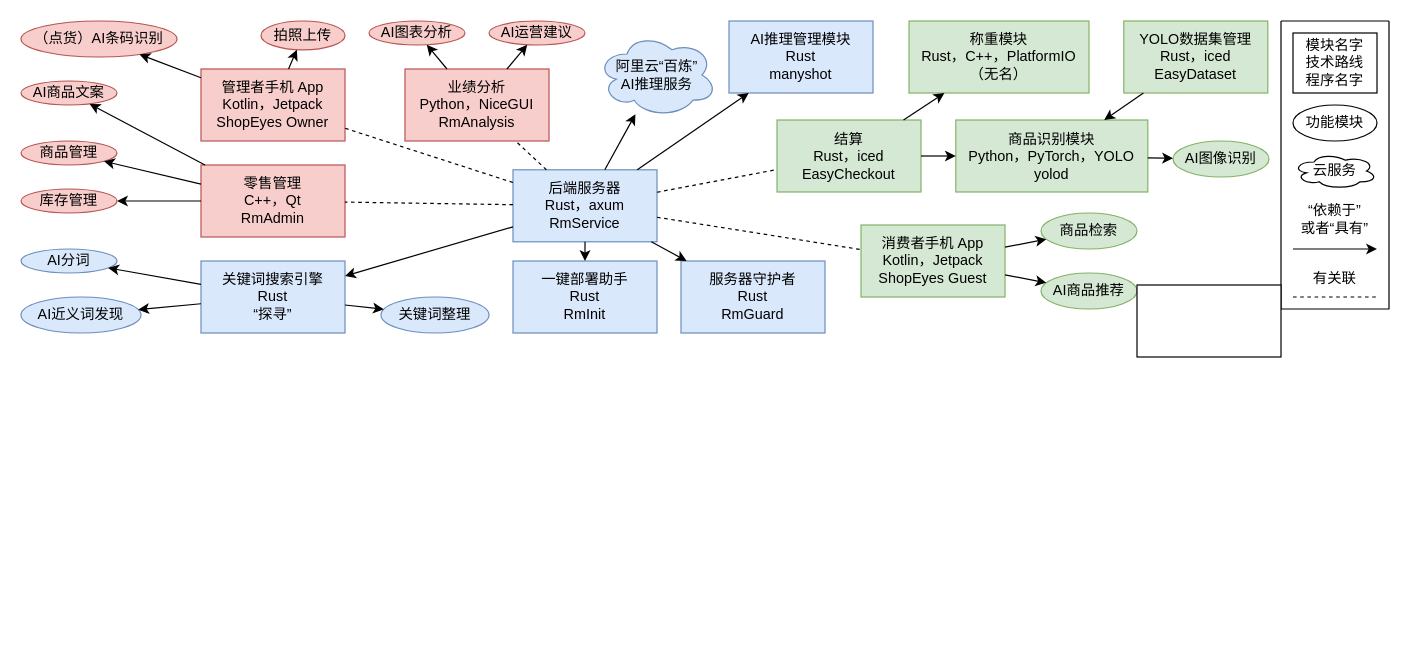
This is art/structure2.drawio from aurantiaco-sucus/dirms-paper, a draw.io file, before an edit. Source tidied: cells renumbered, new cells numbered last; positions are measured from the earlier drawing's top-left corner, leaving out a move shared by most shapes. Both pictures are drawn from the tidied source at 120%, with x=0, y=0 at pixel (20, 20).
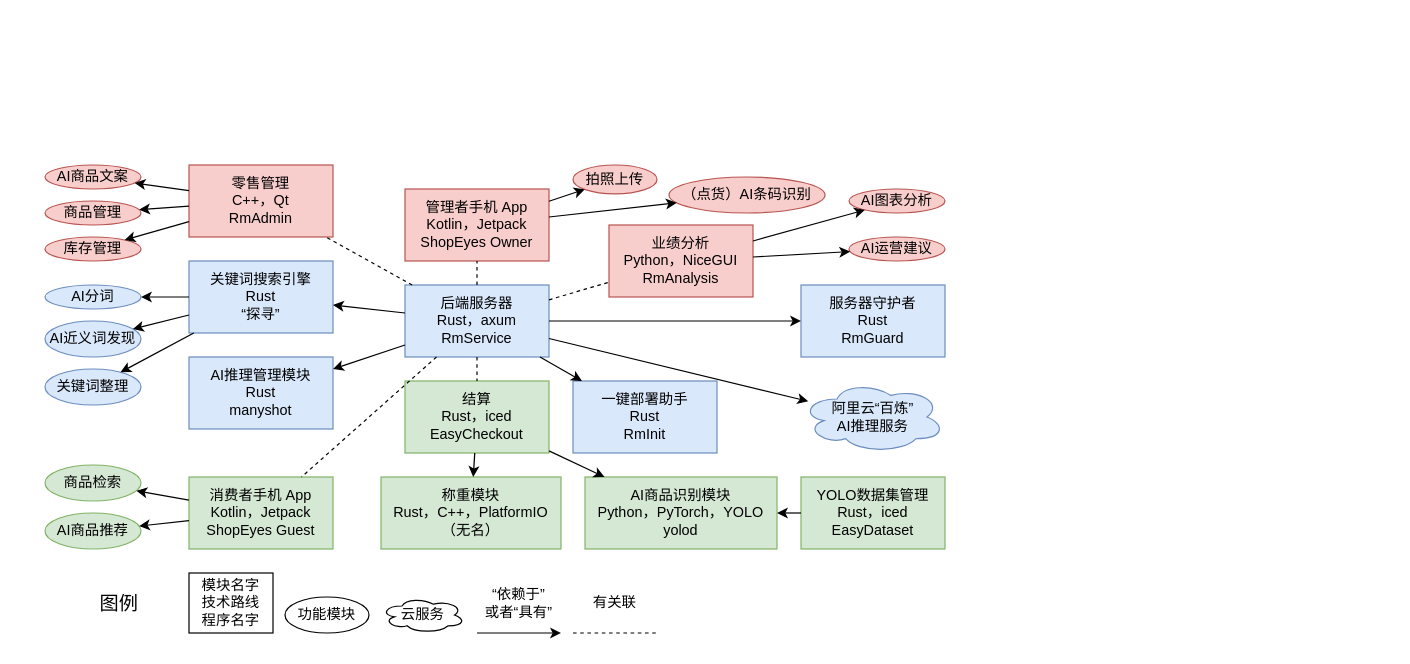
Above is the later version.

What changed in the source:
```diff
@@
     <mxCell id="2" value="后端服务器&lt;div&gt;Rust，axum&lt;div&gt;RmService&lt;/div&gt;&lt;/div&gt;" style="rounded=0;whiteSpace=wrap;html=1;fillColor=#dae8fc;strokeColor=#6c8ebf;" parent="1" vertex="1">
-      <mxGeometry x="410" y="124" width="120" height="60" as="geometry" />
+      <mxGeometry x="320" y="220" width="120" height="60" as="geometry" />
     </mxCell>
     <mxCell id="3" value="零售管理&lt;div&gt;C++，Qt&lt;/div&gt;&lt;div&gt;&lt;div&gt;RmAdmin&lt;/div&gt;&lt;/div&gt;" style="rounded=0;whiteSpace=wrap;html=1;fillColor=#f8cecc;strokeColor=#b85450;" parent="1" vertex="1">
-      <mxGeometry x="150" y="120" width="120" height="60" as="geometry" />
+      <mxGeometry x="140" y="120" width="120" height="60" as="geometry" />
     </mxCell>
     <mxCell id="4" value="业绩分析&lt;div&gt;Python，NiceGUI&lt;/div&gt;&lt;div&gt;RmAnalysis&lt;/div&gt;" style="rounded=0;whiteSpace=wrap;html=1;fillColor=#f8cecc;strokeColor=#b85450;" parent="1" vertex="1">
-      <mxGeometry x="320" y="40" width="120" height="60" as="geometry" />
+      <mxGeometry x="490" y="170" width="120" height="60" as="geometry" />
     </mxCell>
     <mxCell id="5" value="结算&lt;div&gt;Rust，iced&lt;/div&gt;&lt;div&gt;EasyCheckout&lt;/div&gt;" style="rounded=0;whiteSpace=wrap;html=1;fillColor=#d5e8d4;strokeColor=#82b366;" parent="1" vertex="1">
-      <mxGeometry x="630" y="82.5" width="120" height="60" as="geometry" />
+      <mxGeometry x="320" y="300" width="120" height="60" as="geometry" />
     </mxCell>
     <mxCell id="6" value="管理者手机 App&lt;div&gt;Kotlin，Jetpack&lt;/div&gt;&lt;div&gt;ShopEyes Owner&lt;/div&gt;" style="rounded=0;whiteSpace=wrap;html=1;fillColor=#f8cecc;strokeColor=#b85450;" parent="1" vertex="1">
-      <mxGeometry x="150" y="40" width="120" height="60" as="geometry" />
+      <mxGeometry x="320" y="140" width="120" height="60" as="geometry" />
     </mxCell>
     <mxCell id="7" value="关键词搜索引擎&lt;div&gt;Rust&lt;/div&gt;&lt;div&gt;“探寻”&lt;/div&gt;" style="rounded=0;whiteSpace=wrap;html=1;fillColor=#dae8fc;strokeColor=#6c8ebf;" parent="1" vertex="1">
-      <mxGeometry x="150" y="200" width="120" height="60" as="geometry" />
+      <mxGeometry x="140" y="200" width="120" height="60" as="geometry" />
     </mxCell>
     <mxCell id="8" value="一键部署助手&lt;div&gt;Rust&lt;/div&gt;&lt;div&gt;RmInit&lt;/div&gt;" style="rounded=0;whiteSpace=wrap;html=1;fillColor=#dae8fc;strokeColor=#6c8ebf;" parent="1" vertex="1">
-      <mxGeometry x="410" y="200" width="120" height="60" as="geometry" />
+      <mxGeometry x="460" y="300" width="120" height="60" as="geometry" />
     </mxCell>
     <mxCell id="9" value="称重模块&lt;div&gt;Rust，C++，PlatformIO&lt;/div&gt;&lt;div&gt;（无名）&lt;/div&gt;" style="rounded=0;whiteSpace=wrap;html=1;fillColor=#d5e8d4;strokeColor=#82b366;" parent="1" vertex="1">
-      <mxGeometry x="740" width="150" height="60" as="geometry" />
+      <mxGeometry x="300" y="380" width="150" height="60" as="geometry" />
     </mxCell>
@@
-    <mxCell id="14" value="商品识别模块&lt;div&gt;Python，PyTorch，YOLO&lt;/div&gt;&lt;div&gt;yolod&lt;/div&gt;" style="rounded=0;whiteSpace=wrap;html=1;fillColor=#d5e8d4;strokeColor=#82b366;" parent="1" vertex="1">
-      <mxGeometry x="779" y="82.5" width="160" height="60" as="geometry" />
+    <mxCell id="14" value="AI商品识别模块&lt;div&gt;Python，PyTorch，YOLO&lt;/div&gt;&lt;div&gt;yolod&lt;/div&gt;" style="rounded=0;whiteSpace=wrap;html=1;fillColor=#d5e8d4;strokeColor=#82b366;" parent="1" vertex="1">
+      <mxGeometry x="470" y="380" width="160" height="60" as="geometry" />
     </mxCell>
@@
     <mxCell id="19" value="YOLO数据集管理&lt;div&gt;Rust，iced&lt;/div&gt;&lt;div&gt;EasyDataset&lt;/div&gt;" style="rounded=0;whiteSpace=wrap;html=1;fillColor=#d5e8d4;strokeColor=#82b366;" parent="1" vertex="1">
-      <mxGeometry x="919" width="120" height="60" as="geometry" />
+      <mxGeometry x="650" y="380" width="120" height="60" as="geometry" />
     </mxCell>
@@
     <mxCell id="21" value="服务器守护者&lt;div&gt;Rust&lt;/div&gt;&lt;div&gt;RmGuard&lt;/div&gt;" style="rounded=0;whiteSpace=wrap;html=1;fillColor=#dae8fc;strokeColor=#6c8ebf;" parent="1" vertex="1">
-      <mxGeometry x="550" y="200" width="120" height="60" as="geometry" />
+      <mxGeometry x="650" y="220" width="120" height="60" as="geometry" />
     </mxCell>
@@
     <mxCell id="23" value="阿里云“百炼”&lt;div&gt;AI推理服务&lt;/div&gt;" style="ellipse;shape=cloud;whiteSpace=wrap;html=1;fillColor=#dae8fc;strokeColor=#6c8ebf;" parent="1" vertex="1">
-      <mxGeometry x="480" y="10" width="100" height="70" as="geometry" />
+      <mxGeometry x="650" y="300" width="120" height="60" as="geometry" />
     </mxCell>
@@
     <mxCell id="25" value="AI推理管理模块&lt;div&gt;Rust&lt;/div&gt;&lt;div&gt;manyshot&lt;/div&gt;" style="rounded=0;whiteSpace=wrap;html=1;fillColor=#dae8fc;strokeColor=#6c8ebf;" parent="1" vertex="1">
-      <mxGeometry x="590" width="120" height="60" as="geometry" />
+      <mxGeometry x="140" y="280" width="120" height="60" as="geometry" />
     </mxCell>
@@
     <mxCell id="27" value="商品管理" style="ellipse;whiteSpace=wrap;html=1;fillColor=#f8cecc;strokeColor=#b85450;" parent="1" vertex="1">
-      <mxGeometry y="100" width="80" height="20" as="geometry" />
+      <mxGeometry x="20" y="150" width="80" height="20" as="geometry" />
     </mxCell>
     <mxCell id="28" value="库存管理" style="ellipse;whiteSpace=wrap;html=1;fillColor=#f8cecc;strokeColor=#b85450;" parent="1" vertex="1">
-      <mxGeometry y="140" width="80" height="20" as="geometry" />
+      <mxGeometry x="20" y="180" width="80" height="20" as="geometry" />
     </mxCell>
-    <mxCell id="29" value="AI图像识别" style="ellipse;whiteSpace=wrap;html=1;fillColor=#d5e8d4;strokeColor=#82b366;" parent="1" vertex="1">
-      <mxGeometry x="960" y="100" width="80" height="30" as="geometry" />
-    </mxCell>
     <mxCell id="30" value="AI商品文案" style="ellipse;whiteSpace=wrap;html=1;fillColor=#f8cecc;strokeColor=#b85450;" parent="1" vertex="1">
-      <mxGeometry y="50" width="80" height="20" as="geometry" />
+      <mxGeometry x="20" y="120" width="80" height="20" as="geometry" />
     </mxCell>
@@
     <mxCell id="34" value="&lt;div&gt;（点货）&lt;span style=&quot;background-color: transparent; color: light-dark(rgb(0, 0, 0), rgb(255, 255, 255));&quot;&gt;AI条码识别&lt;/span&gt;&lt;/div&gt;" style="ellipse;whiteSpace=wrap;html=1;fillColor=#f8cecc;strokeColor=#b85450;" parent="1" vertex="1">
-      <mxGeometry width="130" height="30" as="geometry" />
+      <mxGeometry x="540" y="130" width="130" height="30" as="geometry" />
     </mxCell>
     <mxCell id="35" value="消费者手机 App&lt;div&gt;Kotlin，Jetpack&lt;/div&gt;&lt;div&gt;ShopEyes Guest&lt;/div&gt;" style="rounded=0;whiteSpace=wrap;html=1;fillColor=#d5e8d4;strokeColor=#82b366;" parent="1" vertex="1">
-      <mxGeometry x="700" y="170" width="120" height="60" as="geometry" />
+      <mxGeometry x="140" y="380" width="120" height="60" as="geometry" />
     </mxCell>
-    <mxCell id="36" style="endArrow=classic;html=1;rounded=0;" parent="1" edge="1" source="14" target="29">
-      <mxGeometry relative="1" as="geometry" />
-    </mxCell>
@@
     <mxCell id="39" value="&lt;div&gt;拍照上传&lt;/div&gt;" style="ellipse;whiteSpace=wrap;html=1;fillColor=#f8cecc;strokeColor=#b85450;" parent="1" vertex="1">
-      <mxGeometry x="200" width="70" height="24" as="geometry" />
+      <mxGeometry x="460" y="120" width="70" height="24" as="geometry" />
     </mxCell>
@@
     <mxCell id="41" value="&lt;div&gt;AI商品推荐&lt;/div&gt;" style="ellipse;whiteSpace=wrap;html=1;fillColor=#d5e8d4;strokeColor=#82b366;" parent="1" vertex="1">
-      <mxGeometry x="850" y="210" width="80" height="30" as="geometry" />
+      <mxGeometry x="20" y="410" width="80" height="30" as="geometry" />
     </mxCell>
@@
     <mxCell id="43" value="商品检索" style="ellipse;whiteSpace=wrap;html=1;fillColor=#d5e8d4;strokeColor=#82b366;" parent="1" vertex="1">
-      <mxGeometry x="850" y="160" width="80" height="30" as="geometry" />
+      <mxGeometry x="20" y="370" width="80" height="30" as="geometry" />
     </mxCell>
@@
     <mxCell id="45" value="关键词整理" style="ellipse;whiteSpace=wrap;html=1;fillColor=#dae8fc;strokeColor=#6c8ebf;" parent="1" vertex="1">
-      <mxGeometry x="300" y="230" width="90" height="30" as="geometry" />
+      <mxGeometry x="20" y="290" width="80" height="30" as="geometry" />
     </mxCell>
     <mxCell id="46" value="AI分词" style="ellipse;whiteSpace=wrap;html=1;fillColor=#dae8fc;strokeColor=#6c8ebf;" parent="1" vertex="1">
-      <mxGeometry y="190" width="80" height="20" as="geometry" />
+      <mxGeometry x="20" y="220" width="80" height="20" as="geometry" />
     </mxCell>
     <mxCell id="47" value="AI近义词发现" style="ellipse;whiteSpace=wrap;html=1;fillColor=#dae8fc;strokeColor=#6c8ebf;" parent="1" vertex="1">
-      <mxGeometry y="230" width="100" height="30" as="geometry" />
+      <mxGeometry x="20" y="250" width="80" height="30" as="geometry" />
     </mxCell>
@@
     <mxCell id="51" value="AI图表分析" style="ellipse;whiteSpace=wrap;html=1;fillColor=#f8cecc;strokeColor=#b85450;" parent="1" vertex="1">
-      <mxGeometry x="290" width="80" height="20" as="geometry" />
+      <mxGeometry x="690" y="140" width="80" height="20" as="geometry" />
     </mxCell>
     <mxCell id="52" value="AI运营建议" style="ellipse;whiteSpace=wrap;html=1;fillColor=#f8cecc;strokeColor=#b85450;" parent="1" vertex="1">
-      <mxGeometry x="390" width="80" height="20" as="geometry" />
+      <mxGeometry x="690" y="180" width="80" height="20" as="geometry" />
     </mxCell>
@@
-    <mxCell id="55" style="swimlane;startSize=0;" parent="1" vertex="1">
-      <mxGeometry x="1050" width="90" height="240" as="geometry" />
-    </mxCell>
-    <mxCell id="56" value="模块名字&lt;div&gt;技术路线&lt;br&gt;&lt;div&gt;程序名字&lt;/div&gt;&lt;/div&gt;" style="rounded=0;whiteSpace=wrap;html=1;" parent="55" vertex="1">
-      <mxGeometry x="10" y="10" width="70" height="50" as="geometry" />
+    <mxCell id="56" value="模块名字&lt;div&gt;技术路线&lt;br&gt;&lt;div&gt;程序名字&lt;/div&gt;&lt;/div&gt;" style="rounded=0;whiteSpace=wrap;html=1;" parent="1" vertex="1">
+      <mxGeometry x="140" y="460" width="70" height="50" as="geometry" />
     </mxCell>
-    <mxCell id="57" value="功能模块" style="ellipse;whiteSpace=wrap;html=1;" parent="55" vertex="1">
-      <mxGeometry x="10" y="70" width="70" height="30" as="geometry" />
+    <mxCell id="57" value="功能模块" style="ellipse;whiteSpace=wrap;html=1;" parent="1" vertex="1">
+      <mxGeometry x="220" y="480" width="70" height="30" as="geometry" />
     </mxCell>
-    <mxCell id="58" value="云服务" style="ellipse;shape=cloud;whiteSpace=wrap;html=1;" parent="55" vertex="1">
-      <mxGeometry x="10" y="110" width="70" height="30" as="geometry" />
+    <mxCell id="58" value="云服务" style="ellipse;shape=cloud;whiteSpace=wrap;html=1;" parent="1" vertex="1">
+      <mxGeometry x="300" y="480" width="70" height="30" as="geometry" />
     </mxCell>
-    <mxCell id="59" style="endArrow=classic;html=1;rounded=0;" parent="55" edge="1">
+    <mxCell id="59" style="endArrow=classic;html=1;rounded=0;" parent="1" edge="1">
       <mxGeometry relative="1" as="geometry">
-        <mxPoint x="10" y="190" as="sourcePoint" />
-        <mxPoint x="80" y="190" as="targetPoint" />
+        <mxPoint x="380" y="510" as="sourcePoint" />
+        <mxPoint x="450" y="510" as="targetPoint" />
       </mxGeometry>
     </mxCell>
-    <mxCell id="60" value="“依赖于”&lt;div&gt;或者“具有”&lt;/div&gt;" style="text;html=1;align=center;verticalAlign=middle;whiteSpace=wrap;rounded=0;" parent="55" vertex="1">
-      <mxGeometry x="10" y="150" width="70" height="30" as="geometry" />
+    <mxCell id="60" value="“依赖于”&lt;div&gt;或者“具有”&lt;/div&gt;" style="text;html=1;align=center;verticalAlign=middle;whiteSpace=wrap;rounded=0;" parent="1" vertex="1">
+      <mxGeometry x="380" y="470" width="70" height="30" as="geometry" />
     </mxCell>
-    <mxCell id="61" style="endArrow=none;dashed=1;html=1;rounded=0;" parent="55" edge="1">
+    <mxCell id="61" style="endArrow=none;dashed=1;html=1;rounded=0;" parent="1" edge="1">
       <mxGeometry relative="1" as="geometry">
-        <mxPoint x="10" y="230" as="sourcePoint" />
-        <mxPoint x="80" y="230" as="targetPoint" />
+        <mxPoint x="460" y="510" as="sourcePoint" />
+        <mxPoint x="530" y="510" as="targetPoint" />
       </mxGeometry>
     </mxCell>
-    <mxCell id="62" value="有关联" style="text;html=1;align=center;verticalAlign=middle;whiteSpace=wrap;rounded=0;" parent="55" vertex="1">
-      <mxGeometry x="10" y="200" width="70" height="30" as="geometry" />
+    <mxCell id="62" value="有关联" style="text;html=1;align=center;verticalAlign=middle;whiteSpace=wrap;rounded=0;" parent="1" vertex="1">
+      <mxGeometry x="460" y="470" width="70" height="30" as="geometry" />
     </mxCell>
-    <mxCell id="63" style="rounded=0;whiteSpace=wrap;html=1;" parent="1" vertex="1">
-      <mxGeometry x="930" y="220" width="120" height="60" as="geometry" />
-    </mxCell>
+    <mxCell id="64" value="图例" style="text;html=1;align=right;verticalAlign=middle;whiteSpace=wrap;rounded=0;fontSize=16;" parent="1" vertex="1">
+      <mxGeometry x="20" y="460" width="80" height="50" as="geometry" />
+    </mxCell>
```
